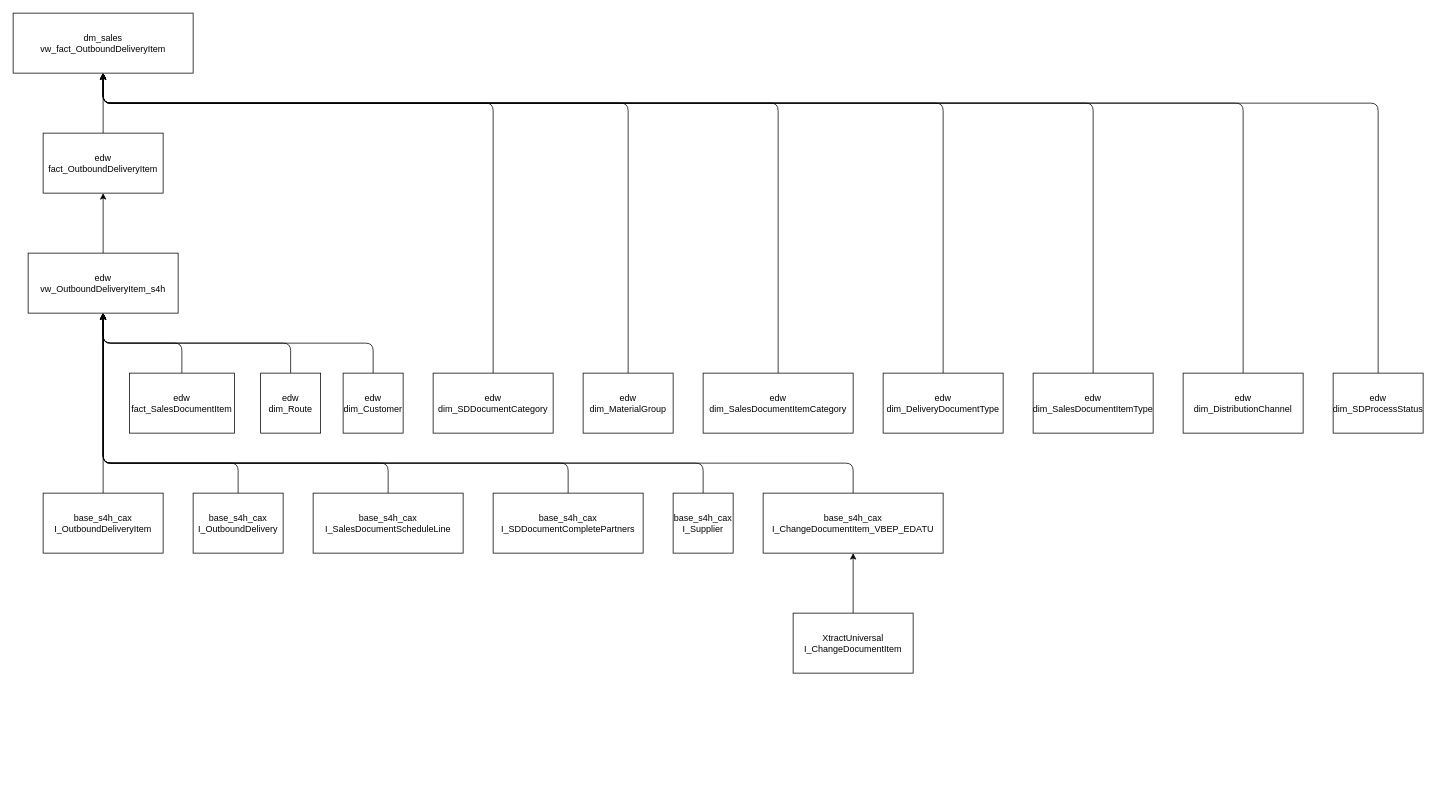
The draw.io diagram synapse-dwh/Diagrams/Dependency Diagram/OutboundDelivery.drawio in szubalii/leviat-data-and-analytics, before the edit. Source tidied: cells renumbered, new cells numbered last; positions are measured from the earlier drawing's top-left corner, leaving out a move shared by most shapes. Both pictures are drawn from the tidied source at 75%, with x=0, y=0 at pixel (13, 13).
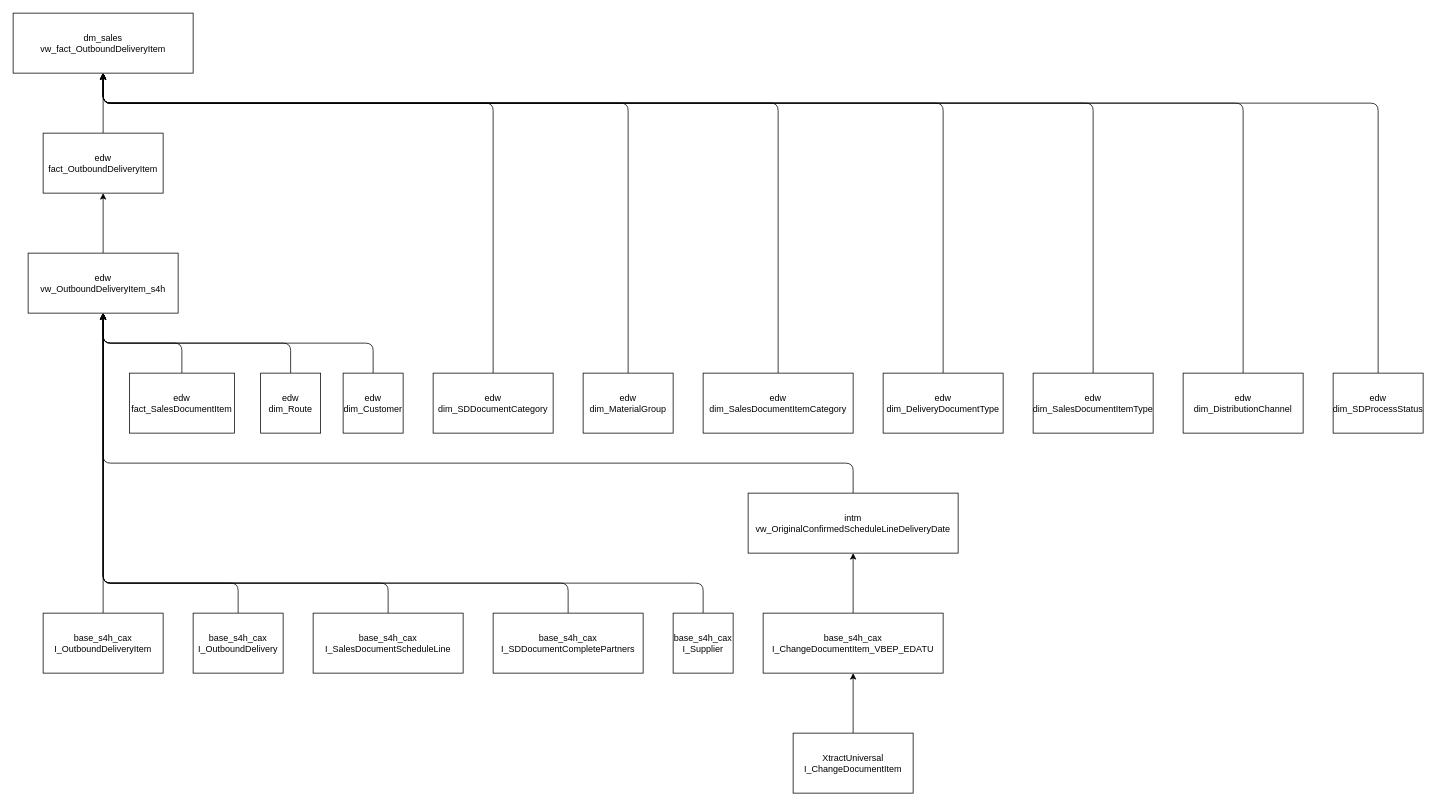
The same diagram, later.

Commit message:
include intm.vw_OriginalConfirmedScheduleLineDeliveryDate in model

Unchanged cells that the change refers to:
```xml
<mxCell id="7" value="edw&lt;br&gt;vw_OutboundDeliveryItem_s4h" style="rounded=0;whiteSpace=wrap;html=1;" parent="1" vertex="1">
  <mxGeometry x="20" y="320" width="200" height="80" as="geometry" />
</mxCell>
```

Diff of the diagram source:
```diff
@@
     <mxCell id="3" value="XtractUniversal&lt;br&gt;I_ChangeDocumentItem" style="rounded=0;whiteSpace=wrap;html=1;" parent="1" vertex="1">
-      <mxGeometry x="1040" y="800" width="160" height="80" as="geometry" />
+      <mxGeometry x="1040" y="960" width="160" height="80" as="geometry" />
     </mxCell>
-    <mxCell id="4" style="edgeStyle=orthogonalEdgeStyle;html=1;exitX=0.5;exitY=0;exitDx=0;exitDy=0;entryX=0.5;entryY=1;entryDx=0;entryDy=0;" parent="1" edge="1" source="5" target="7">
+    <mxCell id="4" style="edgeStyle=orthogonalEdgeStyle;html=1;entryX=0.5;entryY=1;entryDx=0;entryDy=0;exitX=0.5;exitY=0;exitDx=0;exitDy=0;" parent="1" edge="1" source="42" target="7">
       <mxGeometry relative="1" as="geometry">
         <Array as="points">
           <mxPoint x="1120" y="600" />
           <mxPoint x="120" y="600" />
         </Array>
       </mxGeometry>
     </mxCell>
+    <mxCell id="41" style="edgeStyle=orthogonalEdgeStyle;html=1;" parent="1" edge="1" source="5" target="42">
+      <mxGeometry relative="1" as="geometry" />
+    </mxCell>
     <mxCell id="5" value="base_s4h_cax&lt;br&gt;I_ChangeDocumentItem_VBEP_EDATU" style="rounded=0;whiteSpace=wrap;html=1;" parent="1" vertex="1">
-      <mxGeometry x="1000" y="640" width="240" height="80" as="geometry" />
+      <mxGeometry x="1000" y="800" width="240" height="80" as="geometry" />
     </mxCell>
@@
     <mxCell id="8" style="edgeStyle=orthogonalEdgeStyle;html=1;exitX=0.5;exitY=0;exitDx=0;exitDy=0;entryX=0.5;entryY=1;entryDx=0;entryDy=0;" parent="1" edge="1" source="9" target="7">
       <mxGeometry relative="1" as="geometry">
         <Array as="points">
-          <mxPoint x="300" y="600" />
-          <mxPoint x="120" y="600" />
+          <mxPoint x="300" y="760" />
+          <mxPoint x="120" y="760" />
         </Array>
       </mxGeometry>
     </mxCell>
     <mxCell id="9" value="base_s4h_cax&lt;br&gt;I_OutboundDelivery" style="rounded=0;whiteSpace=wrap;html=1;" parent="1" vertex="1">
-      <mxGeometry x="240" y="640" width="120" height="80" as="geometry" />
+      <mxGeometry x="240" y="800" width="120" height="80" as="geometry" />
     </mxCell>
@@
     <mxCell id="11" value="base_s4h_cax&lt;br&gt;I_OutboundDeliveryItem" style="rounded=0;whiteSpace=wrap;html=1;" parent="1" vertex="1">
-      <mxGeometry x="40" y="640" width="160" height="80" as="geometry" />
+      <mxGeometry x="40" y="800" width="160" height="80" as="geometry" />
     </mxCell>
@@
     <mxCell id="31" style="edgeStyle=orthogonalEdgeStyle;html=1;exitX=0.5;exitY=0;exitDx=0;exitDy=0;entryX=0.5;entryY=1;entryDx=0;entryDy=0;" parent="1" edge="1" source="32" target="7">
       <mxGeometry relative="1" as="geometry">
         <Array as="points">
-          <mxPoint x="500" y="600" />
-          <mxPoint x="120" y="600" />
+          <mxPoint x="500" y="760" />
+          <mxPoint x="120" y="760" />
         </Array>
       </mxGeometry>
     </mxCell>
     <mxCell id="32" value="base_s4h_cax&lt;br&gt;I_SalesDocumentScheduleLine" style="rounded=0;whiteSpace=wrap;html=1;" parent="1" vertex="1">
-      <mxGeometry x="400" y="640" width="200" height="80" as="geometry" />
+      <mxGeometry x="400" y="800" width="200" height="80" as="geometry" />
     </mxCell>
@@
     <mxCell id="35" style="edgeStyle=orthogonalEdgeStyle;html=1;exitX=0.5;exitY=0;exitDx=0;exitDy=0;entryX=0.5;entryY=1;entryDx=0;entryDy=0;" parent="1" edge="1" source="36" target="7">
       <mxGeometry relative="1" as="geometry">
         <Array as="points">
-          <mxPoint x="740" y="600" />
-          <mxPoint x="120" y="600" />
+          <mxPoint x="740" y="760" />
+          <mxPoint x="120" y="760" />
         </Array>
       </mxGeometry>
     </mxCell>
     <mxCell id="36" value="base_s4h_cax&lt;br&gt;I_SDDocumentCompletePartners" style="rounded=0;whiteSpace=wrap;html=1;" parent="1" vertex="1">
-      <mxGeometry x="640" y="640" width="200" height="80" as="geometry" />
+      <mxGeometry x="640" y="800" width="200" height="80" as="geometry" />
     </mxCell>
     <mxCell id="37" style="edgeStyle=orthogonalEdgeStyle;html=1;exitX=0.5;exitY=0;exitDx=0;exitDy=0;entryX=0.5;entryY=1;entryDx=0;entryDy=0;" parent="1" edge="1" source="38" target="7">
       <mxGeometry relative="1" as="geometry">
         <Array as="points">
-          <mxPoint x="920" y="600" />
-          <mxPoint x="120" y="600" />
+          <mxPoint x="920" y="760" />
+          <mxPoint x="120" y="760" />
         </Array>
       </mxGeometry>
     </mxCell>
     <mxCell id="38" value="base_s4h_cax&lt;br&gt;I_Supplier" style="rounded=0;whiteSpace=wrap;html=1;" parent="1" vertex="1">
-      <mxGeometry x="880" y="640" width="80" height="80" as="geometry" />
+      <mxGeometry x="880" y="800" width="80" height="80" as="geometry" />
     </mxCell>
@@
+    <mxCell id="42" value="intm&lt;br&gt;vw_OriginalConfirmedScheduleLineDeliveryDate" style="rounded=0;whiteSpace=wrap;html=1;" parent="1" vertex="1">
+      <mxGeometry x="980" y="640" width="280" height="80" as="geometry" />
+    </mxCell>
```
